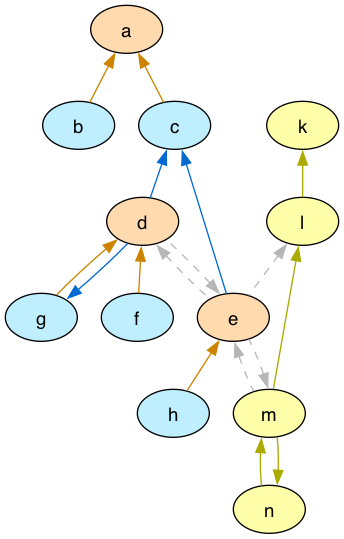
This is graphs/arg_graph_colored.png from idaks/Games-and-Argumentation-AI3, a Graphviz export, as it was before one commit. Its source is kept beside it as graphs/arg_graph_colored.dot. Source of this version:
```dot
digraph G {
  node [shape=oval style=filled fontname=Helvetica fontsize=14]
  node [fillcolor="#ffdaaf" fontcolor="#000000"] a d e;
  node [fillcolor="#bfefff" fontcolor="#000000"] c b f g h;
  node [fillcolor="#FFFFAA" fontcolor="#000000"] m k l n;
  edge [dir=back, color="#cc8400", style="solid"]
        "a" -> "c";
        "a" -> "b";
        "d" -> "f";
        "d" -> "g";
        "e" -> "h";
  edge [dir=back, color="#006ad1", style="solid"]
        "c" -> "d";
        "c" -> "e";
        "g" -> "d";
  edge [dir=back, color="#b7b7b7", style="dashed"]
        "d" -> "e";
        "e" -> "d";
        "e" -> "m";
        "l" -> "e";
        "m" -> "e";
  edge [dir=back, color="#AAAA00", style="solid"]
        "k" -> "l";
        "l" -> "m";
        "m" -> "n";
        "n" -> "m";
}
```
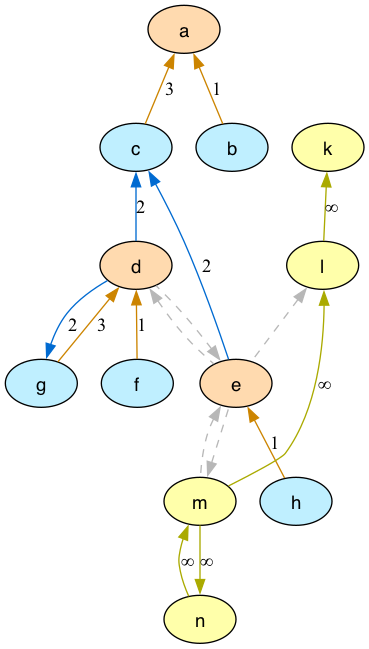
The same diagram one commit later.

Change to the diagram source:
```diff
@@ -3,23 +3,24 @@
   node [fillcolor="#ffdaaf" fontcolor="#000000"] a d e;
   node [fillcolor="#bfefff" fontcolor="#000000"] c b f g h;
   node [fillcolor="#FFFFAA" fontcolor="#000000"] m k l n;
-  edge [dir=back, color="#cc8400", style="solid"]
+  edge [dir=back, color="#cc8400", style="solid", label="3"]
         "a" -> "c";
+        "d" -> "g";
+  edge [dir=back, color="#cc8400", style="solid", label="1"]
         "a" -> "b";
         "d" -> "f";
-        "d" -> "g";
         "e" -> "h";
-  edge [dir=back, color="#006ad1", style="solid"]
+  edge [dir=back, color="#006ad1", style="solid", label="2"]
         "c" -> "d";
         "c" -> "e";
         "g" -> "d";
-  edge [dir=back, color="#b7b7b7", style="dashed"]
+  edge [dir=back, color="#b7b7b7", style="dashed", label=" "]
         "d" -> "e";
         "e" -> "d";
         "e" -> "m";
         "l" -> "e";
         "m" -> "e";
-  edge [dir=back, color="#AAAA00", style="solid"]
+  edge [dir=back, color="#AAAA00", style="solid", label="∞"]
         "k" -> "l";
         "l" -> "m";
         "m" -> "n";
```
